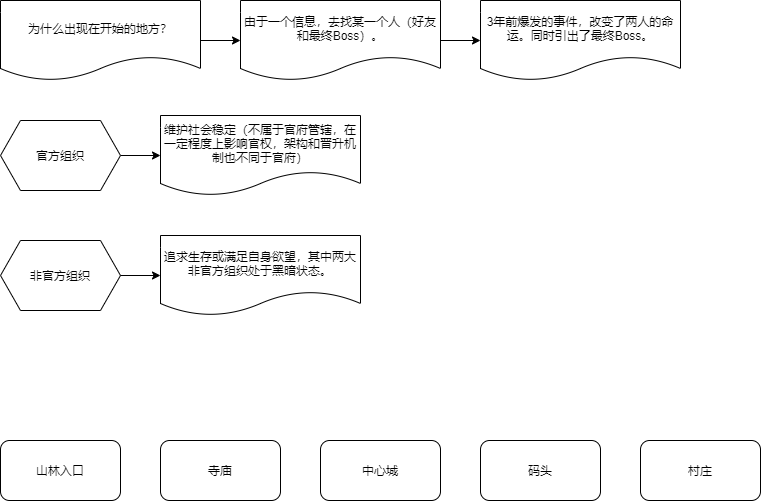
Earlier version of the draw.io export flowsheet/drawio/LOGC/plots.drawio.png (JDreamHeart/DailyCodes). Source tidied: cells renumbered, new cells last; positions are measured from the earlier drawing's top-left corner, leaving out a move shared by most shapes. The source it was exported from:
```xml
<mxGraphModel>
  <root>
    <mxCell id="0" />
    <mxCell id="1" parent="0" />
    <mxCell id="2" value="寺庙" style="rounded=1;whiteSpace=wrap;html=1;" parent="1" vertex="1">
      <mxGeometry x="160" y="440" width="120" height="60" as="geometry" />
    </mxCell>
    <mxCell id="3" value="中心城" style="rounded=1;whiteSpace=wrap;html=1;" parent="1" vertex="1">
      <mxGeometry x="320" y="440" width="120" height="60" as="geometry" />
    </mxCell>
    <mxCell id="4" value="码头" style="rounded=1;whiteSpace=wrap;html=1;" parent="1" vertex="1">
      <mxGeometry x="480" y="440" width="120" height="60" as="geometry" />
    </mxCell>
    <mxCell id="5" value="村庄" style="rounded=1;whiteSpace=wrap;html=1;" parent="1" vertex="1">
      <mxGeometry x="640" y="440" width="120" height="60" as="geometry" />
    </mxCell>
    <mxCell id="6" value="山林入口" style="rounded=1;whiteSpace=wrap;html=1;" parent="1" vertex="1">
      <mxGeometry y="440" width="120" height="60" as="geometry" />
    </mxCell>
    <mxCell id="7" style="edgeStyle=orthogonalEdgeStyle;rounded=0;jettySize=auto;html=1;" parent="1" edge="1" source="8" target="10">
      <mxGeometry relative="1" as="geometry" />
    </mxCell>
    <mxCell id="8" value="为什么出现在开始的地方？" style="shape=document;whiteSpace=wrap;html=1;boundedLbl=1;align=center;" parent="1" vertex="1">
      <mxGeometry width="200" height="80" as="geometry" />
    </mxCell>
    <mxCell id="9" style="edgeStyle=orthogonalEdgeStyle;rounded=0;jettySize=auto;html=1;" parent="1" edge="1" source="10" target="17">
      <mxGeometry relative="1" as="geometry" />
    </mxCell>
    <mxCell id="10" value="由于一个信息，去找某一个人（好友和最终Boss）。" style="shape=document;whiteSpace=wrap;html=1;boundedLbl=1;align=center;" parent="1" vertex="1">
      <mxGeometry x="240" width="200" height="80" as="geometry" />
    </mxCell>
    <mxCell id="11" style="edgeStyle=orthogonalEdgeStyle;rounded=0;jettySize=auto;html=1;entryX=0;entryY=0.5;entryDx=0;entryDy=0;" parent="1" edge="1" source="12" target="15">
      <mxGeometry relative="1" as="geometry" />
    </mxCell>
    <mxCell id="12" value="官方组织" style="shape=hexagon;perimeter=hexagonPerimeter2;whiteSpace=wrap;html=1;fixedSize=1;" parent="1" vertex="1">
      <mxGeometry y="120" width="120" height="70" as="geometry" />
    </mxCell>
    <mxCell id="13" style="edgeStyle=orthogonalEdgeStyle;rounded=0;jettySize=auto;html=1;entryX=0;entryY=0.5;entryDx=0;entryDy=0;" parent="1" edge="1" source="14" target="16">
      <mxGeometry relative="1" as="geometry" />
    </mxCell>
    <mxCell id="14" value="非官方组织" style="shape=hexagon;perimeter=hexagonPerimeter2;whiteSpace=wrap;html=1;fixedSize=1;" parent="1" vertex="1">
      <mxGeometry y="240" width="120" height="70" as="geometry" />
    </mxCell>
    <mxCell id="15" value="维护社会稳定（不属于官府管辖，在一定程度上影响官权，架构和晋升机制也不同于官府）" style="shape=document;whiteSpace=wrap;html=1;boundedLbl=1;align=center;" parent="1" vertex="1">
      <mxGeometry x="160" y="115" width="200" height="80" as="geometry" />
    </mxCell>
    <mxCell id="16" value="追求生存或满足自身欲望，其中两大非官方组织处于黑暗状态。" style="shape=document;whiteSpace=wrap;html=1;boundedLbl=1;align=center;" parent="1" vertex="1">
      <mxGeometry x="160" y="235" width="200" height="80" as="geometry" />
    </mxCell>
    <mxCell id="17" value="3年前爆发的事件，改变了两人的命运。同时引出了最终Boss。" style="shape=document;whiteSpace=wrap;html=1;boundedLbl=1;align=center;" parent="1" vertex="1">
      <mxGeometry x="480" width="200" height="80" as="geometry" />
    </mxCell>
  </root>
</mxGraphModel>
```
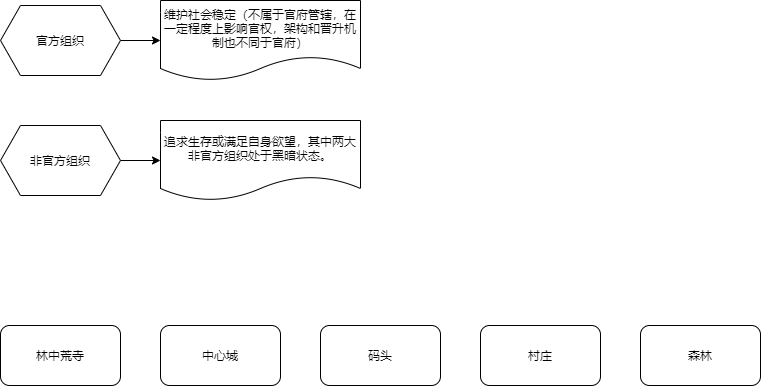
The same diagram one commit later.

Diff of the diagram source:
```diff
@@ -2,33 +2,18 @@
   <root>
     <mxCell id="0" />
     <mxCell id="1" parent="0" />
-    <mxCell id="2" value="寺庙" style="rounded=1;whiteSpace=wrap;html=1;" parent="1" vertex="1">
-      <mxGeometry x="160" y="440" width="120" height="60" as="geometry" />
-    </mxCell>
     <mxCell id="3" value="中心城" style="rounded=1;whiteSpace=wrap;html=1;" parent="1" vertex="1">
-      <mxGeometry x="320" y="440" width="120" height="60" as="geometry" />
+      <mxGeometry x="160" y="440" width="120" height="60" as="geometry" />
     </mxCell>
     <mxCell id="4" value="码头" style="rounded=1;whiteSpace=wrap;html=1;" parent="1" vertex="1">
-      <mxGeometry x="480" y="440" width="120" height="60" as="geometry" />
+      <mxGeometry x="320" y="440" width="120" height="60" as="geometry" />
     </mxCell>
     <mxCell id="5" value="村庄" style="rounded=1;whiteSpace=wrap;html=1;" parent="1" vertex="1">
-      <mxGeometry x="640" y="440" width="120" height="60" as="geometry" />
+      <mxGeometry x="480" y="440" width="120" height="60" as="geometry" />
     </mxCell>
-    <mxCell id="6" value="山林入口" style="rounded=1;whiteSpace=wrap;html=1;" parent="1" vertex="1">
+    <mxCell id="6" value="林中荒寺" style="rounded=1;whiteSpace=wrap;html=1;" parent="1" vertex="1">
       <mxGeometry y="440" width="120" height="60" as="geometry" />
     </mxCell>
-    <mxCell id="7" style="edgeStyle=orthogonalEdgeStyle;rounded=0;jettySize=auto;html=1;" parent="1" edge="1" source="8" target="10">
-      <mxGeometry relative="1" as="geometry" />
-    </mxCell>
-    <mxCell id="8" value="为什么出现在开始的地方？" style="shape=document;whiteSpace=wrap;html=1;boundedLbl=1;align=center;" parent="1" vertex="1">
-      <mxGeometry width="200" height="80" as="geometry" />
-    </mxCell>
-    <mxCell id="9" style="edgeStyle=orthogonalEdgeStyle;rounded=0;jettySize=auto;html=1;" parent="1" edge="1" source="10" target="17">
-      <mxGeometry relative="1" as="geometry" />
-    </mxCell>
-    <mxCell id="10" value="由于一个信息，去找某一个人（好友和最终Boss）。" style="shape=document;whiteSpace=wrap;html=1;boundedLbl=1;align=center;" parent="1" vertex="1">
-      <mxGeometry x="240" width="200" height="80" as="geometry" />
-    </mxCell>
     <mxCell id="11" style="edgeStyle=orthogonalEdgeStyle;rounded=0;jettySize=auto;html=1;entryX=0;entryY=0.5;entryDx=0;entryDy=0;" parent="1" edge="1" source="12" target="15">
       <mxGeometry relative="1" as="geometry" />
     </mxCell>
@@ -47,8 +32,8 @@
     <mxCell id="16" value="追求生存或满足自身欲望，其中两大非官方组织处于黑暗状态。" style="shape=document;whiteSpace=wrap;html=1;boundedLbl=1;align=center;" parent="1" vertex="1">
       <mxGeometry x="160" y="235" width="200" height="80" as="geometry" />
     </mxCell>
-    <mxCell id="17" value="3年前爆发的事件，改变了两人的命运。同时引出了最终Boss。" style="shape=document;whiteSpace=wrap;html=1;boundedLbl=1;align=center;" parent="1" vertex="1">
-      <mxGeometry x="480" width="200" height="80" as="geometry" />
-    </mxCell>
+    <mxCell id="18" value="森林" style="rounded=1;whiteSpace=wrap;html=1;" parent="1" vertex="1">
+      <mxGeometry x="640" y="440" width="120" height="60" as="geometry" />
+    </mxCell>
   </root>
 </mxGraphModel>
```
